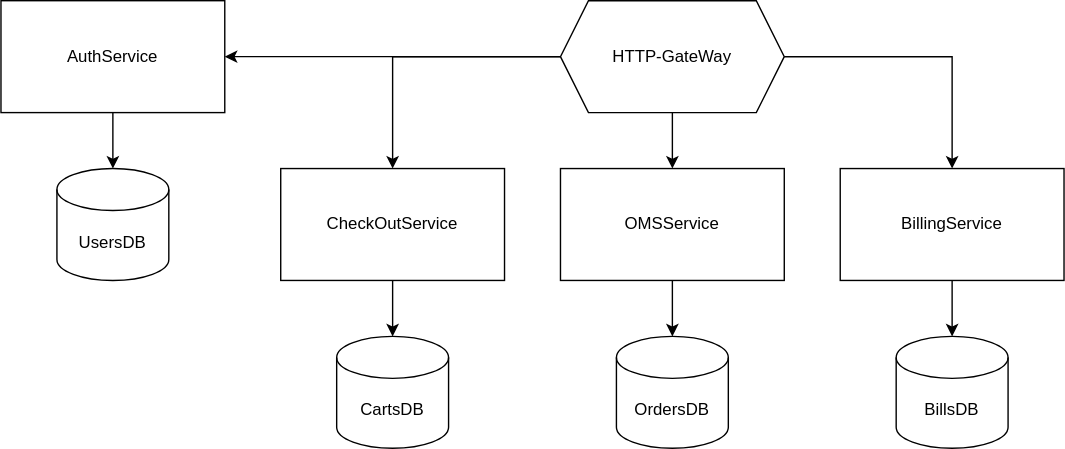
Earlier version of the draw.io export documents/arch.drawio.svg (offluck/shopper). Source tidied: cells renumbered, new cells last; positions are measured from the earlier drawing's top-left corner, leaving out a move shared by most shapes.
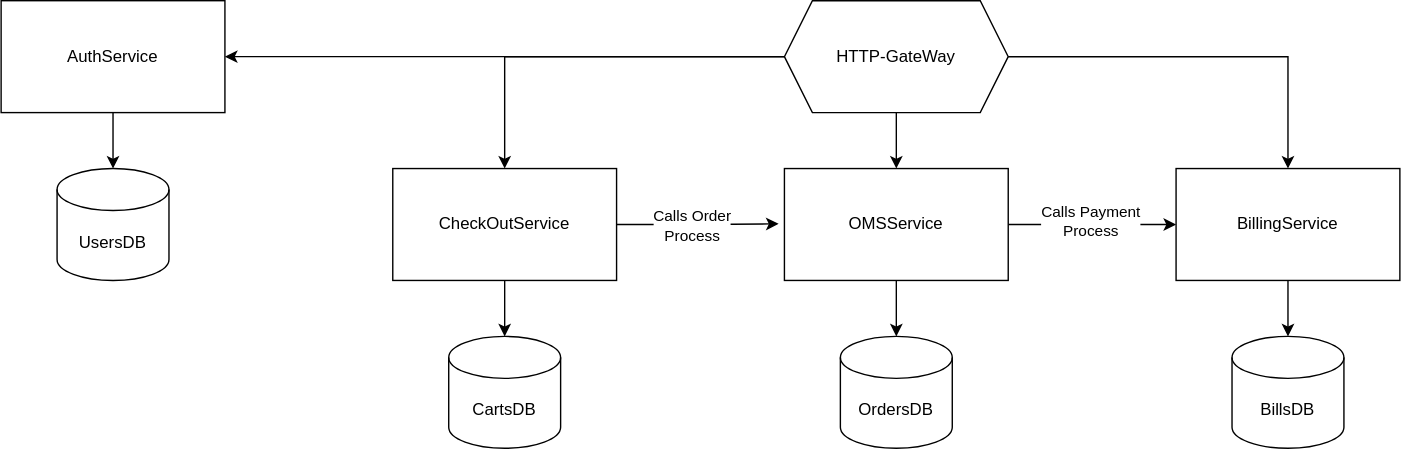
After the change.

What changed in the source:
```diff
@@ -3,25 +3,31 @@
     <mxCell id="0" />
     <mxCell id="1" parent="0" />
     <mxCell id="2" value="UsersDB" style="shape=cylinder3;whiteSpace=wrap;html=1;boundedLbl=1;backgroundOutline=1;size=15;" parent="1" vertex="1">
-      <mxGeometry x="40" y="120" width="80" height="80" as="geometry" />
+      <mxGeometry x="-80" y="120" width="80" height="80" as="geometry" />
     </mxCell>
     <mxCell id="3" value="OrdersDB" style="shape=cylinder3;whiteSpace=wrap;html=1;boundedLbl=1;backgroundOutline=1;size=15;" parent="1" vertex="1">
-      <mxGeometry x="440" y="240" width="80" height="80" as="geometry" />
+      <mxGeometry x="480" y="240" width="80" height="80" as="geometry" />
     </mxCell>
     <mxCell id="4" value="BillsDB" style="shape=cylinder3;whiteSpace=wrap;html=1;boundedLbl=1;backgroundOutline=1;size=15;" parent="1" vertex="1">
-      <mxGeometry x="640" y="240" width="80" height="80" as="geometry" />
+      <mxGeometry x="760" y="240" width="80" height="80" as="geometry" />
     </mxCell>
     <mxCell id="5" value="AuthService" style="rounded=0;whiteSpace=wrap;html=1;" parent="1" vertex="1">
-      <mxGeometry width="160" height="80" as="geometry" />
+      <mxGeometry x="-120" width="160" height="80" as="geometry" />
     </mxCell>
     <mxCell id="6" style="edgeStyle=orthogonalEdgeStyle;rounded=0;jettySize=auto;html=1;entryX=0.5;entryY=0;entryDx=0;entryDy=0;entryPerimeter=0;" parent="1" edge="1" source="5" target="2">
       <mxGeometry relative="1" as="geometry" />
     </mxCell>
+    <mxCell id="19" style="edgeStyle=orthogonalEdgeStyle;rounded=0;jettySize=auto;html=1;entryX=0;entryY=0.5;entryDx=0;entryDy=0;" parent="1" edge="1" source="7" target="8">
+      <mxGeometry relative="1" as="geometry" />
+    </mxCell>
+    <mxCell id="20" value="Calls Payment&lt;br&gt;Process" style="edgeLabel;html=1;align=center;verticalAlign=middle;" parent="19" vertex="1">
+      <mxGeometry x="-0.02" y="2" relative="1" as="geometry" />
+    </mxCell>
     <mxCell id="7" value="OMSService" style="rounded=0;whiteSpace=wrap;html=1;" parent="1" vertex="1">
-      <mxGeometry x="400" y="120" width="160" height="80" as="geometry" />
+      <mxGeometry x="440" y="120" width="160" height="80" as="geometry" />
     </mxCell>
     <mxCell id="8" value="BillingService" style="rounded=0;whiteSpace=wrap;html=1;" parent="1" vertex="1">
-      <mxGeometry x="600" y="120" width="160" height="80" as="geometry" />
+      <mxGeometry x="720" y="120" width="160" height="80" as="geometry" />
     </mxCell>
     <mxCell id="9" style="edgeStyle=orthogonalEdgeStyle;rounded=0;jettySize=auto;html=1;entryX=0.5;entryY=0;entryDx=0;entryDy=0;entryPerimeter=0;" parent="1" edge="1" source="8" target="4">
       <mxGeometry relative="1" as="geometry" />
@@ -39,19 +45,25 @@
       <mxGeometry relative="1" as="geometry" />
     </mxCell>
     <mxCell id="14" value="HTTP-GateWay" style="shape=hexagon;perimeter=hexagonPerimeter2;whiteSpace=wrap;html=1;fixedSize=1;" parent="1" vertex="1">
-      <mxGeometry x="400" width="160" height="80" as="geometry" />
+      <mxGeometry x="440" width="160" height="80" as="geometry" />
     </mxCell>
     <mxCell id="15" style="edgeStyle=orthogonalEdgeStyle;rounded=0;jettySize=auto;html=1;entryX=0.5;entryY=0;entryDx=0;entryDy=0;" parent="1" edge="1" source="14" target="8">
       <mxGeometry relative="1" as="geometry" />
     </mxCell>
     <mxCell id="16" value="CheckOutService" style="rounded=0;whiteSpace=wrap;html=1;" parent="1" vertex="1">
-      <mxGeometry x="200" y="120" width="160" height="80" as="geometry" />
+      <mxGeometry x="160" y="120" width="160" height="80" as="geometry" />
     </mxCell>
     <mxCell id="17" value="CartsDB" style="shape=cylinder3;whiteSpace=wrap;html=1;boundedLbl=1;backgroundOutline=1;size=15;" parent="1" vertex="1">
-      <mxGeometry x="240" y="240" width="80" height="80" as="geometry" />
+      <mxGeometry x="200" y="240" width="80" height="80" as="geometry" />
     </mxCell>
     <mxCell id="18" style="edgeStyle=orthogonalEdgeStyle;rounded=0;jettySize=auto;html=1;entryX=0.5;entryY=0;entryDx=0;entryDy=0;entryPerimeter=0;" parent="1" edge="1" source="16" target="17">
       <mxGeometry relative="1" as="geometry" />
     </mxCell>
+    <mxCell id="21" style="edgeStyle=orthogonalEdgeStyle;rounded=0;jettySize=auto;html=1;entryX=-0.026;entryY=0.494;entryDx=0;entryDy=0;entryPerimeter=0;" parent="1" edge="1" source="16" target="7">
+      <mxGeometry relative="1" as="geometry" />
+    </mxCell>
+    <mxCell id="22" value="Calls Order&lt;br&gt;Process" style="edgeLabel;html=1;align=center;verticalAlign=middle;" parent="21" vertex="1">
+      <mxGeometry x="-0.08" y="-1" relative="1" as="geometry" />
+    </mxCell>
   </root>
 </mxGraphModel>
```
